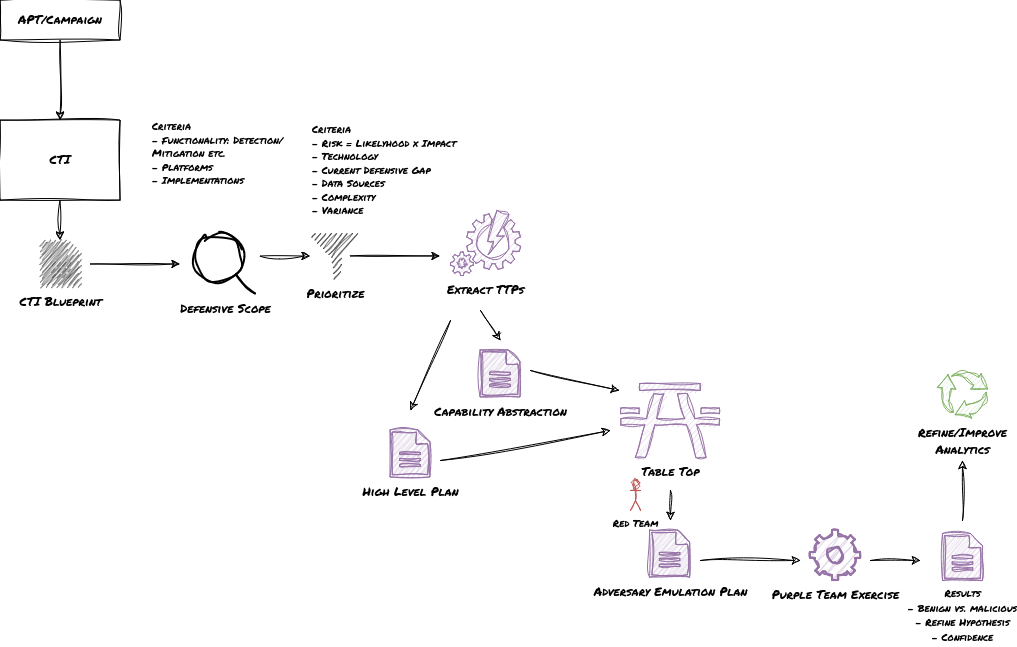
This is resources/Purple Teaming Exercise/material/PT_Exercise.drawio.png from gitrsi/cyberops.zone, a draw.io export, as it was before one commit. Source tidied: cells renumbered, new cells last; positions are measured from the earlier drawing's top-left corner, leaving out a move shared by most shapes.
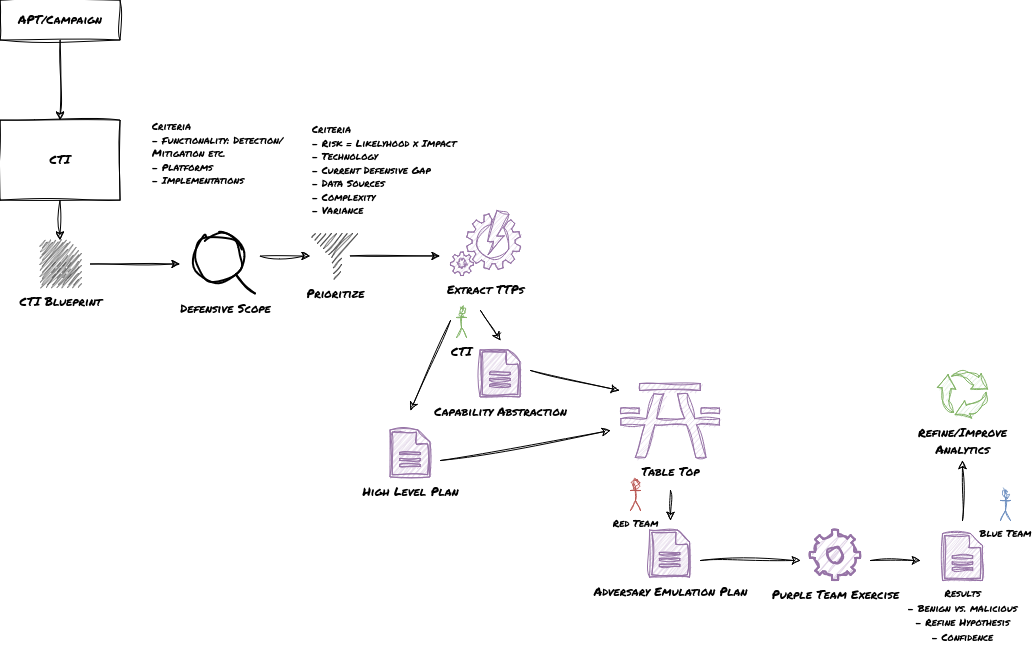
Above is the later version.

What changed in the source:
```diff
@@ -121,5 +121,11 @@
     <mxCell id="30" value="&lt;font style=&quot;font-size: 10px;&quot; face=&quot;Permanent Marker&quot;&gt;Red Team&lt;br&gt;&lt;/font&gt;" style="shape=umlActor;verticalLabelPosition=bottom;verticalAlign=top;html=1;sketch=1;curveFitting=1;jiggle=2;fillColor=#f8cecc;strokeColor=#b85450;" parent="1" vertex="1">
       <mxGeometry x="630" y="480" width="10" height="30" as="geometry" />
     </mxCell>
+    <mxCell id="31" value="&lt;font face=&quot;Permanent Marker&quot;&gt;CTI&lt;/font&gt;" style="shape=umlActor;verticalLabelPosition=bottom;verticalAlign=top;html=1;sketch=1;curveFitting=1;jiggle=2;fillColor=#d5e8d4;strokeColor=#82b366;" parent="1" vertex="1">
+      <mxGeometry x="456" y="307" width="10" height="30" as="geometry" />
+    </mxCell>
+    <mxCell id="32" value="&lt;font style=&quot;font-size: 10px;&quot; face=&quot;Permanent Marker&quot;&gt;Blue Team&lt;br&gt;&lt;/font&gt;" style="shape=umlActor;verticalLabelPosition=bottom;verticalAlign=top;html=1;sketch=1;curveFitting=1;jiggle=2;fillColor=#dae8fc;strokeColor=#6c8ebf;" parent="1" vertex="1">
+      <mxGeometry x="1000" y="490" width="10" height="30" as="geometry" />
+    </mxCell>
   </root>
 </mxGraphModel>
```
